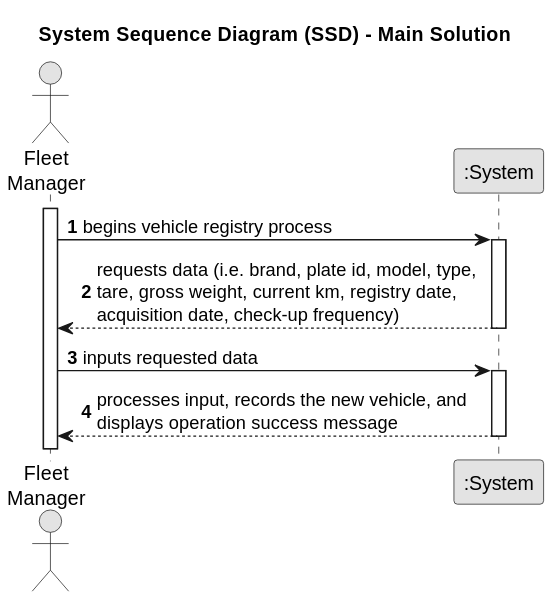
Above: docs/sprintA/us007/01.requirements-engineering/svg/us007-system-sequence-diagram-main-solution.svg in Departamento-de-Engenharia-Informatica/lei-24-s2-1dkl-g134 (PlantUML), before the change. The source it was exported from:
```plantuml
@startuml
skinparam monochrome true
skinparam packageStyle rectangle
skinparam shadowing false

title System Sequence Diagram (SSD) - Main Solution

autonumber

actor "Fleet\nManager" as Employee
participant ":System" as System

activate Employee

    Employee -> System : begins vehicle registry process
    activate System

        System --> Employee : requests data (i.e. brand, plate id, model, type, \ntare, gross weight, current km, registry date,\nacquisition date, check-up frequency)
    deactivate System

    Employee -> System : inputs requested data
    activate System

        System --> Employee : processes input, records the new vehicle, and\ndisplays operation success message
    deactivate System
@enduml
```
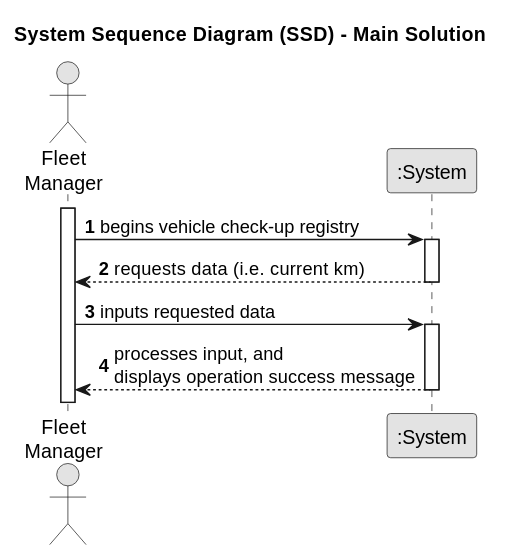
After the commit.

Diff of the diagram source:
```diff
@@ -12,15 +12,15 @@
 
 activate Employee
 
-    Employee -> System : begins vehicle registry process
+    Employee -> System : begins vehicle check-up registry
     activate System
 
-        System --> Employee : requests data (i.e. brand, plate id, model, type, \ntare, gross weight, current km, registry date,\nacquisition date, check-up frequency)
+        System --> Employee : requests data (i.e.  current km)
     deactivate System
 
     Employee -> System : inputs requested data
     activate System
 
-        System --> Employee : processes input, records the new vehicle, and\ndisplays operation success message
+        System --> Employee : processes input, and\ndisplays operation success message
     deactivate System
 @enduml
```
